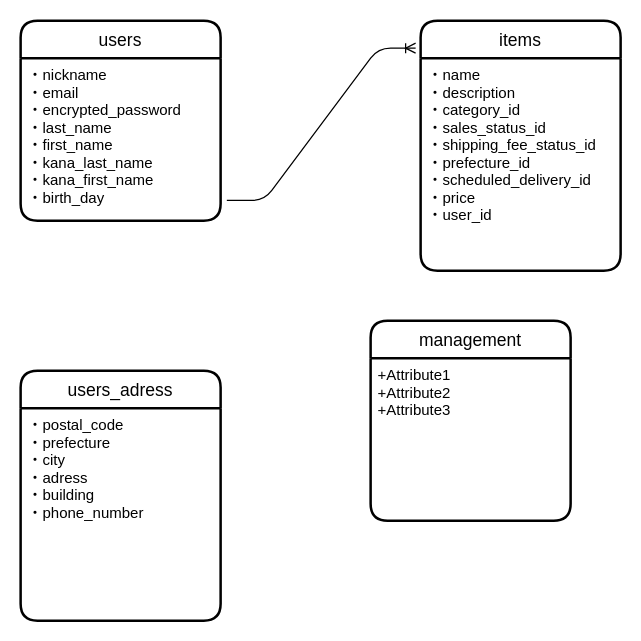
The draw.io diagram er.dio in takao888/furima-33021, before the edit. Source tidied: cells renumbered, new cells numbered last; positions are measured from the earlier drawing's top-left corner, leaving out a move shared by most shapes. Both pictures are drawn from the tidied source at 125%, with x=0, y=0 at pixel (20, 20).
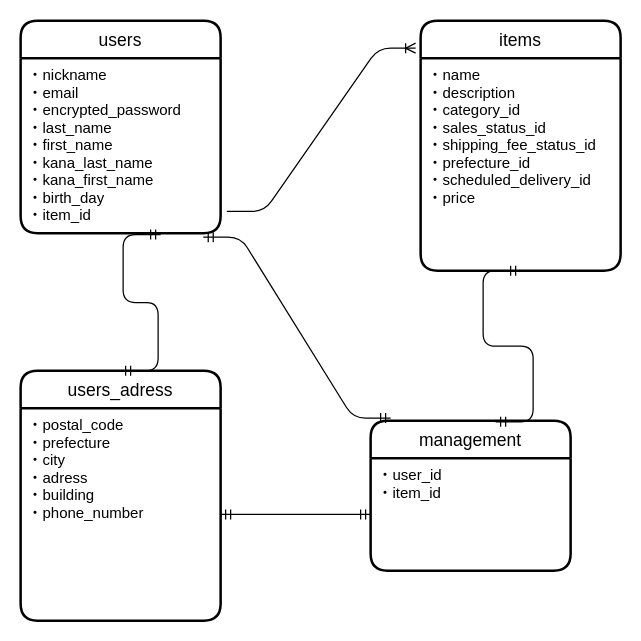
After the change.

Commit message (it also covers changes not shown here):
修正コミット

Diff of the diagram source:
```diff
@@
 <mxGraphModel>
   <root>
     <mxCell id="0" />
     <mxCell id="1" parent="0" />
     <mxCell id="2" value="users" style="swimlane;horizontal=1;startSize=30;rounded=1;fontSize=14;fontStyle=0;strokeWidth=2;shadow=0;dashed=0;align=center;" parent="1" vertex="1">
-      <mxGeometry width="160" height="160" as="geometry" />
+      <mxGeometry width="160" height="170" as="geometry" />
     </mxCell>
-    <mxCell id="3" value="・nickname&#10;・email&#10;・encrypted_password&#10;・last_name&#10;・first_name&#10;・kana_last_name&#10;・kana_first_name&#10;・birth_day" style="align=left;strokeColor=none;fillColor=none;spacingLeft=4;fontSize=12;verticalAlign=top;" parent="2" vertex="1">
-      <mxGeometry y="30" width="160" height="130" as="geometry" />
+    <mxCell id="3" value="・nickname&#10;・email&#10;・encrypted_password&#10;・last_name&#10;・first_name&#10;・kana_last_name&#10;・kana_first_name&#10;・birth_day&#10;・item_id" style="align=left;strokeColor=none;fillColor=none;spacingLeft=4;fontSize=12;verticalAlign=top;" parent="2" vertex="1">
+      <mxGeometry y="30" width="160" height="140" as="geometry" />
     </mxCell>
     <mxCell id="4" value="items" style="swimlane;horizontal=1;startSize=30;rounded=1;fontSize=14;fontStyle=0;strokeWidth=2;shadow=0;dashed=0;align=center;" parent="1" vertex="1">
       <mxGeometry x="320" width="160" height="200" as="geometry" />
     </mxCell>
-    <mxCell id="5" value="・name&#10;・description&#10;・category_id&#10;・sales_status_id&#10;・shipping_fee_status_id&#10;・prefecture_id&#10;・scheduled_delivery_id&#10;・price&#10;・user_id" style="align=left;strokeColor=none;fillColor=none;spacingLeft=4;fontSize=12;verticalAlign=top;" parent="4" vertex="1">
+    <mxCell id="5" value="・name&#10;・description&#10;・category_id&#10;・sales_status_id&#10;・shipping_fee_status_id&#10;・prefecture_id&#10;・scheduled_delivery_id&#10;・price&#10;" style="align=left;strokeColor=none;fillColor=none;spacingLeft=4;fontSize=12;verticalAlign=top;" parent="4" vertex="1">
       <mxGeometry y="30" width="160" height="170" as="geometry" />
     </mxCell>
     <mxCell id="6" style="edgeStyle=entityRelationEdgeStyle;fontSize=12;html=1;endArrow=ERoneToMany;exitX=1.031;exitY=0.876;exitDx=0;exitDy=0;exitPerimeter=0;entryX=-0.025;entryY=0.11;entryDx=0;entryDy=0;entryPerimeter=0;" parent="1" edge="1" source="3" target="4">
       <mxGeometry relative="1" as="geometry" />
     </mxCell>
     <mxCell id="7" value="users_adress" style="swimlane;horizontal=1;startSize=30;rounded=1;fontSize=14;fontStyle=0;strokeWidth=2;shadow=0;dashed=0;align=center;" parent="1" vertex="1">
       <mxGeometry y="280" width="160" height="200" as="geometry" />
     </mxCell>
     <mxCell id="8" value="・postal_code&#10;・prefecture&#10;・city&#10;・adress&#10;・building&#10;・phone_number&#10;" style="align=left;strokeColor=none;fillColor=none;spacingLeft=4;fontSize=12;verticalAlign=top;" parent="7" vertex="1">
       <mxGeometry y="30" width="160" height="170" as="geometry" />
     </mxCell>
     <mxCell id="9" value="management" style="swimlane;horizontal=1;startSize=30;rounded=1;fontSize=14;fontStyle=0;strokeWidth=2;shadow=0;dashed=0;align=center;" parent="1" vertex="1">
-      <mxGeometry x="280" y="240" width="160" height="160" as="geometry" />
+      <mxGeometry x="280" y="320" width="160" height="120" as="geometry" />
     </mxCell>
-    <mxCell id="10" value="+Attribute1&#10;+Attribute2&#10;+Attribute3" style="align=left;strokeColor=none;fillColor=none;spacingLeft=4;fontSize=12;verticalAlign=top;" parent="9" vertex="1">
-      <mxGeometry y="30" width="160" height="130" as="geometry" />
+    <mxCell id="10" value="・user_id&#10;・item_id" style="align=left;strokeColor=none;fillColor=none;spacingLeft=4;fontSize=12;verticalAlign=top;" parent="9" vertex="1">
+      <mxGeometry y="30" width="160" height="90" as="geometry" />
     </mxCell>
+    <mxCell id="11" style="edgeStyle=entityRelationEdgeStyle;fontSize=12;html=1;endArrow=ERmandOne;startArrow=ERmandOne;exitX=0.7;exitY=1.008;exitDx=0;exitDy=0;exitPerimeter=0;entryX=0.5;entryY=0;entryDx=0;entryDy=0;" parent="1" edge="1" source="3" target="7">
+      <mxGeometry relative="1" as="geometry" />
+    </mxCell>
+    <mxCell id="12" style="edgeStyle=entityRelationEdgeStyle;fontSize=12;html=1;endArrow=ERmandOne;startArrow=ERmandOne;exitX=0.913;exitY=1.023;exitDx=0;exitDy=0;exitPerimeter=0;entryX=0.1;entryY=-0.017;entryDx=0;entryDy=0;entryPerimeter=0;" parent="1" edge="1" source="3" target="9">
+      <mxGeometry relative="1" as="geometry" />
+    </mxCell>
+    <mxCell id="13" style="edgeStyle=entityRelationEdgeStyle;fontSize=12;html=1;endArrow=ERmandOne;startArrow=ERmandOne;entryX=0.5;entryY=1;entryDx=0;entryDy=0;exitX=0.625;exitY=0.008;exitDx=0;exitDy=0;exitPerimeter=0;" parent="1" edge="1" source="9" target="5">
+      <mxGeometry relative="1" as="geometry" />
+    </mxCell>
+    <mxCell id="14" style="edgeStyle=entityRelationEdgeStyle;fontSize=12;html=1;endArrow=ERmandOne;startArrow=ERmandOne;exitX=1;exitY=0.5;exitDx=0;exitDy=0;entryX=0;entryY=0.5;entryDx=0;entryDy=0;" parent="1" edge="1" source="8" target="10">
+      <mxGeometry relative="1" as="geometry" />
+    </mxCell>
   </root>
 </mxGraphModel>
```
